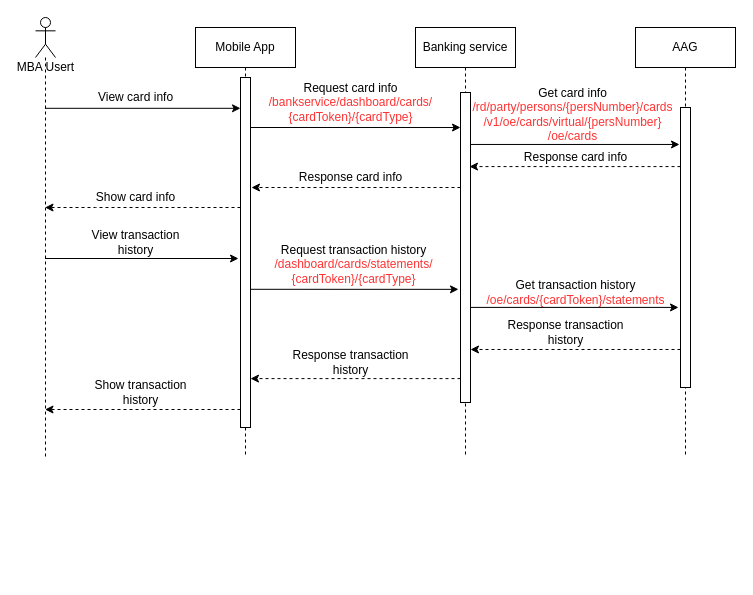
Earlier version of the draw.io diagram page "View-card" (6 of 15) of Sequence Diagram.drawio (lyminh1994/diagram). Source tidied: cells renumbered, new cells numbered last; positions are measured from the earlier drawing's top-left corner, leaving out a move shared by most shapes. Both pictures are drawn from the tidied source at 100%, with x=0, y=0 at pixel (35, 17).
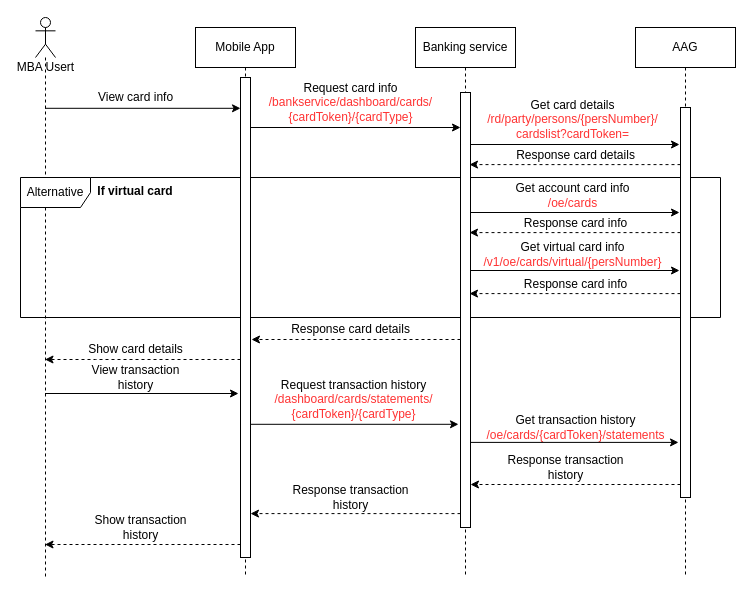
The same page after the edit.

The edit, as a diff of the source:
```diff
@@
-    <mxCell id="3" style="edgeStyle=none;rounded=0;jettySize=auto;html=1;entryX=-0.2;entryY=0.464;entryDx=0;entryDy=0;entryPerimeter=0;" parent="1" edge="1" source="4">
+    <mxCell id="3" style="edgeStyle=none;rounded=0;orthogonalLoop=1;jettySize=auto;html=1;entryX=-0.2;entryY=0.464;entryDx=0;entryDy=0;entryPerimeter=0;" parent="1" edge="1">
       <mxGeometry relative="1" as="geometry">
-        <mxPoint x="203" y="241" as="targetPoint" />
+        <mxPoint x="9.5" y="376" as="sourcePoint" />
+        <mxPoint x="203" y="376" as="targetPoint" />
       </mxGeometry>
     </mxCell>
     <mxCell id="4" value="MBA Usert" style="shape=umlLifeline;participant=umlActor;perimeter=lifelinePerimeter;html=1;verticalAlign=top;spacingTop=36;outlineConnect=0;strokeColor=#000000;strokeWidth=1;fillColor=none;size=40;" parent="1" vertex="1">
-      <mxGeometry width="20" height="440" as="geometry" />
+      <mxGeometry width="20" height="560" as="geometry" />
     </mxCell>
     <mxCell id="5" value="&lt;span&gt;Mobile App&lt;/span&gt;" style="shape=umlLifeline;perimeter=lifelinePerimeter;whiteSpace=wrap;html=1;rounded=0;shadow=0;strokeColor=#000000;strokeWidth=1;fillColor=none;verticalAlign=middle;" parent="1" vertex="1">
-      <mxGeometry x="160" y="10" width="100" height="430" as="geometry" />
+      <mxGeometry x="160" y="10" width="100" height="550" as="geometry" />
     </mxCell>
     <mxCell id="6" value="&lt;span&gt;Banking service&lt;/span&gt;" style="shape=umlLifeline;perimeter=lifelinePerimeter;whiteSpace=wrap;html=1;rounded=0;shadow=0;strokeColor=#000000;strokeWidth=1;fillColor=none;verticalAlign=middle;" parent="1" vertex="1">
-      <mxGeometry x="380" y="10" width="100" height="430" as="geometry" />
+      <mxGeometry x="380" y="10" width="100" height="550" as="geometry" />
     </mxCell>
@@
-    <mxCell id="9" value="Get card info&lt;br&gt;&lt;font color=&quot;#ff3333&quot;&gt;/rd/party/persons/{persNumber}/cards&lt;br&gt;&lt;/font&gt;&lt;div&gt;&lt;font color=&quot;#ff3333&quot;&gt;/v1/oe/cards/virtual/{persNumber}&lt;/font&gt;&lt;/div&gt;&lt;div&gt;&lt;font color=&quot;#ff3333&quot;&gt;/oe/cards&lt;br&gt;&lt;/font&gt;&lt;/div&gt;" style="text;html=1;align=center;verticalAlign=middle;strokeColor=none;" parent="1" vertex="1">
-      <mxGeometry x="427" y="67" width="220" height="60" as="geometry" />
+    <mxCell id="9" value="Get card details&lt;br&gt;&lt;font color=&quot;#ff3333&quot;&gt;/rd/party/persons/{persNumber}/&lt;br&gt;cardslist?cardToken=&lt;br&gt;&lt;/font&gt;" style="text;html=1;align=center;verticalAlign=middle;strokeColor=none;" parent="1" vertex="1">
+      <mxGeometry x="442" y="77" width="190" height="50" as="geometry" />
     </mxCell>
-    <mxCell id="10" value="Response&amp;nbsp;card info" style="text;html=1;align=center;verticalAlign=middle;strokeColor=none;" parent="1" vertex="1">
-      <mxGeometry x="480" y="130" width="120" height="20" as="geometry" />
+    <mxCell id="10" value="Response&amp;nbsp;card details" style="text;html=1;align=center;verticalAlign=middle;strokeColor=none;" parent="1" vertex="1">
+      <mxGeometry x="475" y="128" width="130" height="20" as="geometry" />
     </mxCell>
     <mxCell id="11" value="Get transaction history&lt;br&gt;&lt;span style=&quot;color: rgb(255 , 51 , 51)&quot;&gt;/oe/cards/{cardToken}/statements&lt;/span&gt;" style="text;html=1;align=center;verticalAlign=middle;strokeColor=none;" parent="1" vertex="1">
-      <mxGeometry x="445" y="260" width="190" height="30" as="geometry" />
+      <mxGeometry x="445" y="395" width="190" height="30" as="geometry" />
     </mxCell>
     <mxCell id="12" value="Response&amp;nbsp;transaction&lt;br&gt;history" style="text;html=1;align=center;verticalAlign=middle;strokeColor=none;" parent="1" vertex="1">
-      <mxGeometry x="465" y="300" width="130" height="30" as="geometry" />
+      <mxGeometry x="465" y="435" width="130" height="30" as="geometry" />
     </mxCell>
-    <mxCell id="13" value="Response card info" style="text;html=1;align=center;verticalAlign=middle;strokeColor=none;" parent="1" vertex="1">
-      <mxGeometry x="255" y="150" width="120" height="20" as="geometry" />
+    <mxCell id="13" value="Response card details" style="text;html=1;align=center;verticalAlign=middle;strokeColor=none;" parent="1" vertex="1">
+      <mxGeometry x="250" y="302" width="130" height="20" as="geometry" />
     </mxCell>
-    <mxCell id="14" value="Show card info" style="text;html=1;align=center;verticalAlign=middle;strokeColor=none;" parent="1" vertex="1">
-      <mxGeometry x="55" y="170" width="90" height="20" as="geometry" />
+    <mxCell id="14" value="Show card details" style="text;html=1;align=center;verticalAlign=middle;strokeColor=none;" parent="1" vertex="1">
+      <mxGeometry x="45" y="322" width="110" height="20" as="geometry" />
     </mxCell>
     <mxCell id="15" value="AAG" style="shape=umlLifeline;perimeter=lifelinePerimeter;whiteSpace=wrap;html=1;verticalAlign=middle;" parent="1" vertex="1">
-      <mxGeometry x="600" y="10" width="100" height="430" as="geometry" />
+      <mxGeometry x="600" y="10" width="100" height="550" as="geometry" />
     </mxCell>
     <mxCell id="16" value="View transaction&lt;br&gt;history" style="text;html=1;align=center;verticalAlign=middle;strokeColor=none;" parent="1" vertex="1">
-      <mxGeometry x="50" y="210" width="100" height="30" as="geometry" />
+      <mxGeometry x="50" y="345" width="100" height="30" as="geometry" />
     </mxCell>
     <mxCell id="17" value="Request transaction history&lt;br&gt;&lt;font color=&quot;#ff3333&quot;&gt;/dashboard/cards/statements/&lt;br&gt;{cardToken}/{cardType}&lt;/font&gt;" style="text;html=1;align=center;verticalAlign=middle;strokeColor=none;" parent="1" vertex="1">
-      <mxGeometry x="233" y="222" width="170" height="50" as="geometry" />
+      <mxGeometry x="233" y="357" width="170" height="50" as="geometry" />
     </mxCell>
     <mxCell id="18" value="Response&amp;nbsp;transaction&lt;br&gt;history" style="text;html=1;align=center;verticalAlign=middle;strokeColor=none;" parent="1" vertex="1">
-      <mxGeometry x="250" y="330" width="130" height="30" as="geometry" />
+      <mxGeometry x="250" y="465" width="130" height="30" as="geometry" />
     </mxCell>
     <mxCell id="19" value="Show transaction&lt;br&gt;history" style="text;html=1;align=center;verticalAlign=middle;strokeColor=none;" parent="1" vertex="1">
-      <mxGeometry x="50" y="360" width="110" height="30" as="geometry" />
+      <mxGeometry x="50" y="495" width="110" height="30" as="geometry" />
     </mxCell>
-    <mxCell id="20" style="edgeStyle=none;rounded=0;jettySize=auto;html=1;entryX=0;entryY=0.113;entryDx=0;entryDy=0;entryPerimeter=0;" parent="1" edge="1" target="28">
+    <mxCell id="20" style="edgeStyle=none;rounded=0;orthogonalLoop=1;jettySize=auto;html=1;entryX=0;entryY=0.113;entryDx=0;entryDy=0;entryPerimeter=0;" parent="1" edge="1">
       <mxGeometry relative="1" as="geometry">
         <mxPoint x="215" y="110" as="sourcePoint" />
+        <mxPoint x="425" y="110" as="targetPoint" />
       </mxGeometry>
     </mxCell>
-    <mxCell id="21" style="edgeStyle=none;rounded=0;jettySize=auto;html=1;entryX=-0.2;entryY=0.635;entryDx=0;entryDy=0;entryPerimeter=0;" parent="1" edge="1" target="28">
+    <mxCell id="21" style="edgeStyle=none;rounded=0;orthogonalLoop=1;jettySize=auto;html=1;entryX=-0.2;entryY=0.635;entryDx=0;entryDy=0;entryPerimeter=0;" parent="1" edge="1">
       <mxGeometry relative="1" as="geometry">
-        <mxPoint x="215" y="271.8" as="sourcePoint" />
+        <mxPoint x="215" y="406.8" as="sourcePoint" />
+        <mxPoint x="423" y="406.8" as="targetPoint" />
       </mxGeometry>
     </mxCell>
-    <mxCell id="22" style="edgeStyle=none;rounded=0;jettySize=auto;html=1;dashed=1;" parent="1" edge="1" target="4">
+    <mxCell id="22" style="edgeStyle=none;rounded=0;orthogonalLoop=1;jettySize=auto;html=1;dashed=1;" parent="1" edge="1">
       <mxGeometry relative="1" as="geometry">
-        <mxPoint x="205" y="190" as="sourcePoint" />
+        <mxPoint x="205" y="342" as="sourcePoint" />
+        <mxPoint x="9.5" y="342" as="targetPoint" />
         <Array as="points">
-          <mxPoint x="60" y="190" />
+          <mxPoint x="60" y="342" />
         </Array>
       </mxGeometry>
     </mxCell>
-    <mxCell id="23" style="edgeStyle=none;rounded=0;jettySize=auto;html=1;dashed=1;" parent="1" edge="1" target="4">
+    <mxCell id="23" style="edgeStyle=none;rounded=0;orthogonalLoop=1;jettySize=auto;html=1;dashed=1;" parent="1" edge="1">
       <mxGeometry relative="1" as="geometry">
-        <mxPoint x="205" y="392" as="sourcePoint" />
+        <mxPoint x="205" y="527" as="sourcePoint" />
+        <mxPoint x="9.5" y="527" as="targetPoint" />
       </mxGeometry>
     </mxCell>
-    <mxCell id="24" style="edgeStyle=none;rounded=0;jettySize=auto;html=1;entryX=-0.1;entryY=0.132;entryDx=0;entryDy=0;entryPerimeter=0;" parent="1" edge="1" source="28" target="31">
-      <mxGeometry relative="1" as="geometry" />
+    <mxCell id="24" style="edgeStyle=none;rounded=0;orthogonalLoop=1;jettySize=auto;html=1;entryX=-0.1;entryY=0.132;entryDx=0;entryDy=0;entryPerimeter=0;" parent="1" edge="1">
+      <mxGeometry relative="1" as="geometry">
+        <mxPoint x="435" y="127" as="sourcePoint" />
+        <mxPoint x="644" y="127" as="targetPoint" />
+      </mxGeometry>
     </mxCell>
-    <mxCell id="25" style="edgeStyle=none;rounded=0;jettySize=auto;html=1;entryX=-0.2;entryY=0.714;entryDx=0;entryDy=0;entryPerimeter=0;" parent="1" edge="1" source="28" target="31">
-      <mxGeometry relative="1" as="geometry" />
+    <mxCell id="25" style="edgeStyle=none;rounded=0;orthogonalLoop=1;jettySize=auto;html=1;entryX=-0.2;entryY=0.714;entryDx=0;entryDy=0;entryPerimeter=0;" parent="1" edge="1">
+      <mxGeometry relative="1" as="geometry">
+        <mxPoint x="435" y="424.9" as="sourcePoint" />
+        <mxPoint x="643" y="424.9" as="targetPoint" />
+      </mxGeometry>
     </mxCell>
-    <mxCell id="26" style="edgeStyle=none;rounded=0;jettySize=auto;html=1;entryX=1.1;entryY=0.282;entryDx=0;entryDy=0;entryPerimeter=0;dashed=1;" parent="1" edge="1" source="28">
+    <mxCell id="26" style="edgeStyle=none;rounded=0;orthogonalLoop=1;jettySize=auto;html=1;entryX=1.1;entryY=0.282;entryDx=0;entryDy=0;entryPerimeter=0;dashed=1;" parent="1" edge="1">
       <mxGeometry relative="1" as="geometry">
-        <mxPoint x="216" y="170" as="targetPoint" />
+        <mxPoint x="425" y="322" as="sourcePoint" />
+        <mxPoint x="216" y="322" as="targetPoint" />
       </mxGeometry>
     </mxCell>
-    <mxCell id="27" style="edgeStyle=none;rounded=0;jettySize=auto;html=1;entryX=1;entryY=0.772;entryDx=0;entryDy=0;entryPerimeter=0;dashed=1;" parent="1" edge="1" source="28">
+    <mxCell id="27" style="edgeStyle=none;rounded=0;orthogonalLoop=1;jettySize=auto;html=1;entryX=1;entryY=0.772;entryDx=0;entryDy=0;entryPerimeter=0;dashed=1;" parent="1" edge="1">
       <mxGeometry relative="1" as="geometry">
-        <mxPoint x="215" y="361.1" as="targetPoint" />
+        <mxPoint x="425" y="496.1" as="sourcePoint" />
+        <mxPoint x="215" y="496.1" as="targetPoint" />
       </mxGeometry>
     </mxCell>
-    <mxCell id="28" style="html=1;points=[];perimeter=orthogonalPerimeter;fontSize=12;verticalAlign=middle;" parent="1" vertex="1">
-      <mxGeometry x="425" y="75" width="10" height="310" as="geometry" />
-    </mxCell>
-    <mxCell id="29" style="edgeStyle=none;rounded=0;jettySize=auto;html=1;entryX=0.9;entryY=0.239;entryDx=0;entryDy=0;entryPerimeter=0;dashed=1;" parent="1" edge="1" source="31" target="28">
-      <mxGeometry relative="1" as="geometry" />
+    <mxCell id="29" style="edgeStyle=none;rounded=0;orthogonalLoop=1;jettySize=auto;html=1;entryX=0.9;entryY=0.239;entryDx=0;entryDy=0;entryPerimeter=0;dashed=1;" parent="1" edge="1">
+      <mxGeometry relative="1" as="geometry">
+        <mxPoint x="645" y="147.1" as="sourcePoint" />
+        <mxPoint x="434" y="147.1" as="targetPoint" />
+      </mxGeometry>
     </mxCell>
-    <mxCell id="30" style="edgeStyle=none;rounded=0;jettySize=auto;html=1;entryX=1;entryY=0.829;entryDx=0;entryDy=0;entryPerimeter=0;dashed=1;" parent="1" edge="1" source="31" target="28">
-      <mxGeometry relative="1" as="geometry" />
+    <mxCell id="30" style="edgeStyle=none;rounded=0;orthogonalLoop=1;jettySize=auto;html=1;entryX=1;entryY=0.829;entryDx=0;entryDy=0;entryPerimeter=0;dashed=1;" parent="1" edge="1">
+      <mxGeometry relative="1" as="geometry">
+        <mxPoint x="645" y="467" as="sourcePoint" />
+        <mxPoint x="435" y="467" as="targetPoint" />
+      </mxGeometry>
     </mxCell>
-    <mxCell id="31" style="html=1;points=[];perimeter=orthogonalPerimeter;fontSize=12;verticalAlign=middle;" parent="1" vertex="1">
-      <mxGeometry x="645" y="90" width="10" height="280" as="geometry" />
-    </mxCell>
-    <mxCell id="32" style="html=1;perimeter=orthogonalPerimeter;fontSize=12;verticalAlign=middle;" parent="1" vertex="1">
-      <mxGeometry x="205" y="60" width="10" height="350" as="geometry" />
-    </mxCell>
+    <mxCell id="33" value="Alternative" style="shape=umlFrame;whiteSpace=wrap;html=1;width=70;height=30;" parent="1" vertex="1">
+      <mxGeometry x="-15" y="160" width="700" height="140" as="geometry" />
+    </mxCell>
+    <mxCell id="34" value="If virtual card" style="text;align=center;fontStyle=1;verticalAlign=middle;spacingLeft=3;spacingRight=3;strokeColor=none;fontSize=12;" parent="1" vertex="1">
+      <mxGeometry x="60" y="160" width="80" height="26" as="geometry" />
+    </mxCell>
+    <mxCell id="35" value="Get account card info&lt;br&gt;&lt;div&gt;&lt;font color=&quot;#ff3333&quot;&gt;/oe/cards&lt;br&gt;&lt;/font&gt;&lt;/div&gt;" style="text;html=1;align=center;verticalAlign=middle;strokeColor=none;" parent="1" vertex="1">
+      <mxGeometry x="472" y="163" width="130" height="30" as="geometry" />
+    </mxCell>
+    <mxCell id="36" value="Response&amp;nbsp;card info" style="text;html=1;align=center;verticalAlign=middle;strokeColor=none;" parent="1" vertex="1">
+      <mxGeometry x="480" y="196" width="120" height="20" as="geometry" />
+    </mxCell>
+    <mxCell id="37" style="edgeStyle=none;rounded=0;orthogonalLoop=1;jettySize=auto;html=1;entryX=-0.1;entryY=0.132;entryDx=0;entryDy=0;entryPerimeter=0;" parent="1" edge="1">
+      <mxGeometry relative="1" as="geometry">
+        <mxPoint x="435" y="195" as="sourcePoint" />
+        <mxPoint x="644" y="195" as="targetPoint" />
+      </mxGeometry>
+    </mxCell>
+    <mxCell id="38" style="edgeStyle=none;rounded=0;orthogonalLoop=1;jettySize=auto;html=1;entryX=0.9;entryY=0.239;entryDx=0;entryDy=0;entryPerimeter=0;dashed=1;" parent="1" edge="1">
+      <mxGeometry relative="1" as="geometry">
+        <mxPoint x="645" y="215.1" as="sourcePoint" />
+        <mxPoint x="434" y="215.1" as="targetPoint" />
+      </mxGeometry>
+    </mxCell>
+    <mxCell id="39" value="Get virtual card info&lt;font color=&quot;#ff3333&quot;&gt;&lt;br&gt;&lt;/font&gt;&lt;div&gt;&lt;font color=&quot;#ff3333&quot;&gt;/v1/oe/cards/virtual/{persNumber}&lt;/font&gt;&lt;/div&gt;" style="text;html=1;align=center;verticalAlign=middle;strokeColor=none;" parent="1" vertex="1">
+      <mxGeometry x="442" y="222" width="190" height="30" as="geometry" />
+    </mxCell>
+    <mxCell id="40" value="Response&amp;nbsp;card info" style="text;html=1;align=center;verticalAlign=middle;strokeColor=none;" parent="1" vertex="1">
+      <mxGeometry x="480" y="257" width="120" height="20" as="geometry" />
+    </mxCell>
+    <mxCell id="41" style="edgeStyle=none;rounded=0;orthogonalLoop=1;jettySize=auto;html=1;entryX=-0.1;entryY=0.132;entryDx=0;entryDy=0;entryPerimeter=0;" parent="1" edge="1">
+      <mxGeometry relative="1" as="geometry">
+        <mxPoint x="435" y="253" as="sourcePoint" />
+        <mxPoint x="644" y="253" as="targetPoint" />
+      </mxGeometry>
+    </mxCell>
+    <mxCell id="42" style="edgeStyle=none;rounded=0;orthogonalLoop=1;jettySize=auto;html=1;entryX=0.9;entryY=0.239;entryDx=0;entryDy=0;entryPerimeter=0;dashed=1;" parent="1" edge="1">
+      <mxGeometry relative="1" as="geometry">
+        <mxPoint x="645" y="276.1" as="sourcePoint" />
+        <mxPoint x="434" y="276.1" as="targetPoint" />
+      </mxGeometry>
+    </mxCell>
+    <mxCell id="43" style="html=1;perimeter=orthogonalPerimeter;fontSize=12;verticalAlign=middle;" parent="1" vertex="1">
+      <mxGeometry x="645" y="90" width="10" height="390" as="geometry" />
+    </mxCell>
+    <mxCell id="44" style="html=1;perimeter=orthogonalPerimeter;fontSize=12;verticalAlign=middle;" parent="1" vertex="1">
+      <mxGeometry x="425" y="75" width="10" height="435" as="geometry" />
+    </mxCell>
+    <mxCell id="45" style="html=1;perimeter=orthogonalPerimeter;fontSize=12;verticalAlign=middle;" parent="1" vertex="1">
+      <mxGeometry x="205" y="60" width="10" height="480" as="geometry" />
+    </mxCell>
```
